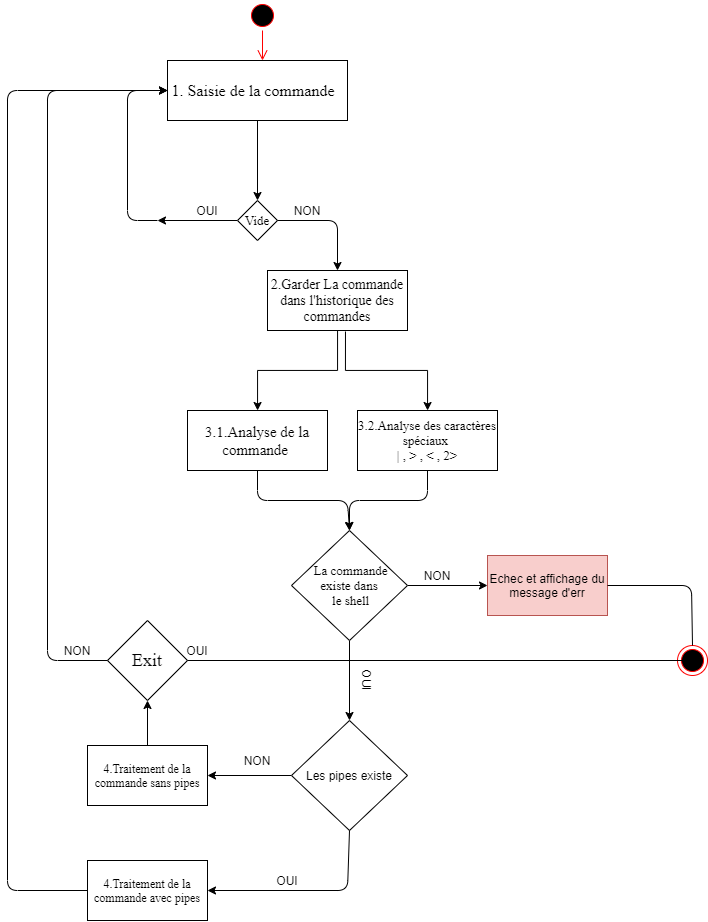
This is Images/DiagrammeProcessus.png from zinef/PRJSYCL3, a draw.io export, as it was before one commit. Source tidied: cells renumbered, new cells last; positions are measured from the earlier drawing's top-left corner, leaving out a move shared by most shapes.
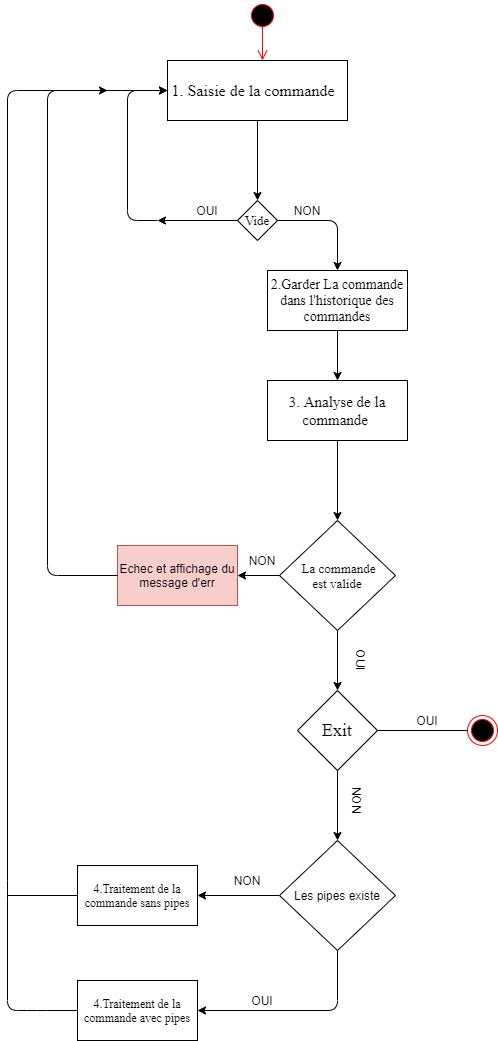
The same file after the commit.

Commit message:
Modifications des diagrammes et contenu ...

Diff of the diagram source:
```diff
@@ -50,84 +50,44 @@
     <mxCell id="12" value="&lt;font face=&quot;Times New Roman&quot; style=&quot;font-size: 14px&quot;&gt;2.Garder La commande dans l'historique des commandes&lt;/font&gt;" style="rounded=0;whiteSpace=wrap;html=1;" parent="1" vertex="1">
       <mxGeometry x="260" y="270" width="140" height="60" as="geometry" />
     </mxCell>
-    <mxCell id="13" value="&lt;font face=&quot;Times New Roman&quot; style=&quot;font-size: 15px&quot;&gt;3.1.Analyse de la commande&amp;nbsp;&lt;/font&gt;" style="rounded=0;whiteSpace=wrap;html=1;" parent="1" vertex="1">
-      <mxGeometry x="180" y="410" width="140" height="60" as="geometry" />
+    <mxCell id="13" value="&lt;font face=&quot;Times New Roman&quot; style=&quot;font-size: 15px&quot;&gt;3. Analyse de la commande&amp;nbsp;&lt;/font&gt;" style="rounded=0;whiteSpace=wrap;html=1;" parent="1" vertex="1">
+      <mxGeometry x="260" y="380" width="140" height="60" as="geometry" />
     </mxCell>
-    <mxCell id="14" style="edgeStyle=orthogonalEdgeStyle;rounded=0;jettySize=auto;html=1;exitX=0.557;exitY=1.017;exitDx=0;exitDy=0;exitPerimeter=0;" parent="1" edge="1" source="12" target="15">
-      <mxGeometry relative="1" as="geometry">
-        <Array as="points">
-          <mxPoint x="338" y="370" />
-          <mxPoint x="420" y="370" />
-        </Array>
-      </mxGeometry>
-    </mxCell>
-    <mxCell id="15" value="&lt;font face=&quot;Times New Roman&quot; style=&quot;font-size: 13px&quot;&gt;3.2.Analyse des caractères spéciaux&amp;nbsp;&lt;br&gt;| , &amp;gt; , &amp;lt; , 2&amp;gt;&lt;/font&gt;" style="rounded=0;whiteSpace=wrap;html=1;" parent="1" vertex="1">
-      <mxGeometry x="350" y="410" width="140" height="60" as="geometry" />
-    </mxCell>
-    <mxCell id="16" style="edgeStyle=orthogonalEdgeStyle;rounded=0;jettySize=auto;html=1;" parent="1" edge="1" source="18">
-      <mxGeometry relative="1" as="geometry">
-        <mxPoint x="480" y="585" as="targetPoint" />
-      </mxGeometry>
-    </mxCell>
-    <mxCell id="17" style="edgeStyle=orthogonalEdgeStyle;rounded=0;jettySize=auto;html=1;" parent="1" edge="1" source="18" target="20">
-      <mxGeometry relative="1" as="geometry" />
-    </mxCell>
-    <mxCell id="18" value="&lt;font face=&quot;Times New Roman&quot; style=&quot;font-size: 13px&quot;&gt;&amp;nbsp; La commande &lt;br&gt;existe dans&lt;br&gt;&amp;nbsp;le shell&lt;/font&gt;" style="rhombus;whiteSpace=wrap;html=1;align=center;" parent="1" vertex="1">
-      <mxGeometry x="284" y="530" width="116" height="110" as="geometry" />
+    <mxCell id="18" value="&lt;font face=&quot;Times New Roman&quot; style=&quot;font-size: 13px&quot;&gt;&amp;nbsp; La commande &lt;br&gt;est valide&lt;br&gt;&lt;/font&gt;" style="rhombus;whiteSpace=wrap;html=1;align=center;" parent="1" vertex="1">
+      <mxGeometry x="272" y="520" width="116" height="110" as="geometry" />
     </mxCell>
     <mxCell id="19" style="edgeStyle=orthogonalEdgeStyle;rounded=0;jettySize=auto;html=1;entryX=1;entryY=0.5;entryDx=0;entryDy=0;" parent="1" edge="1" source="20" target="29">
       <mxGeometry relative="1" as="geometry" />
     </mxCell>
     <mxCell id="20" value="Les pipes existe" style="rhombus;whiteSpace=wrap;html=1;align=center;" parent="1" vertex="1">
-      <mxGeometry x="284" y="720" width="116" height="110" as="geometry" />
+      <mxGeometry x="272" y="840" width="116" height="110" as="geometry" />
     </mxCell>
-    <mxCell id="21" style="endArrow=classic;html=1;entryX=0.5;entryY=0;entryDx=0;entryDy=0;exitX=0.5;exitY=1;exitDx=0;exitDy=0;" parent="1" edge="1" source="15" target="18">
-      <mxGeometry relative="1" as="geometry">
-        <Array as="points">
-          <mxPoint x="420" y="500" />
-          <mxPoint x="342" y="500" />
-        </Array>
-      </mxGeometry>
-    </mxCell>
-    <mxCell id="22" style="endArrow=classic;html=1;exitX=0.5;exitY=1;exitDx=0;exitDy=0;entryX=0.5;entryY=0;entryDx=0;entryDy=0;" parent="1" edge="1" source="13" target="18">
-      <mxGeometry relative="1" as="geometry">
-        <Array as="points">
-          <mxPoint x="250" y="500" />
-          <mxPoint x="340" y="500" />
-        </Array>
-      </mxGeometry>
-    </mxCell>
     <mxCell id="23" value="NON" style="text;html=1;strokeColor=none;fillColor=none;align=center;verticalAlign=middle;whiteSpace=wrap;rounded=0;" parent="1" vertex="1">
-      <mxGeometry x="410" y="565" width="40" height="20" as="geometry" />
+      <mxGeometry x="235" y="550" width="40" height="20" as="geometry" />
     </mxCell>
     <mxCell id="24" value="Echec et affichage du message d'err" style="rounded=0;whiteSpace=wrap;html=1;fillColor=#f8cecc;strokeColor=#b85450;" parent="1" vertex="1">
-      <mxGeometry x="480" y="555" width="120" height="60" as="geometry" />
+      <mxGeometry x="110" y="545" width="120" height="60" as="geometry" />
     </mxCell>
-    <mxCell id="25" value="OUI" style="text;html=1;strokeColor=none;fillColor=none;align=center;verticalAlign=middle;whiteSpace=wrap;rounded=0;rotation=90;" parent="1" vertex="1">
-      <mxGeometry x="340" y="670" width="40" height="20" as="geometry" />
+    <mxCell id="25" value="OUI" style="text;html=1;strokeColor=none;fillColor=none;align=center;verticalAlign=middle;whiteSpace=wrap;rounded=0;rotation=0;" parent="1" vertex="1">
+      <mxGeometry x="400" y="710" width="40" height="20" as="geometry" />
     </mxCell>
     <mxCell id="26" value="OUI" style="text;html=1;strokeColor=none;fillColor=none;align=center;verticalAlign=middle;whiteSpace=wrap;rounded=0;rotation=0;" parent="1" vertex="1">
-      <mxGeometry x="260" y="870" width="40" height="20" as="geometry" />
+      <mxGeometry x="235" y="990" width="40" height="20" as="geometry" />
     </mxCell>
-    <mxCell id="27" value="NON" style="text;html=1;strokeColor=none;fillColor=none;align=center;verticalAlign=middle;whiteSpace=wrap;rounded=0;" parent="1" vertex="1">
-      <mxGeometry x="230" y="750" width="40" height="20" as="geometry" />
+    <mxCell id="27" value="NON" style="text;html=1;strokeColor=none;fillColor=none;align=center;verticalAlign=middle;whiteSpace=wrap;rounded=0;rotation=90;" parent="1" vertex="1">
+      <mxGeometry x="330" y="790" width="40" height="20" as="geometry" />
     </mxCell>
-    <mxCell id="28" style="endArrow=classic;html=1;exitX=0.5;exitY=1;exitDx=0;exitDy=0;entryX=1;entryY=0.5;entryDx=0;entryDy=0;" parent="1" edge="1" source="20" target="30">
-      <mxGeometry relative="1" as="geometry">
-        <Array as="points">
-          <mxPoint x="340" y="890" />
-        </Array>
-      </mxGeometry>
-    </mxCell>
     <mxCell id="29" value="&lt;font face=&quot;Times New Roman&quot;&gt;4.Traitement de la commande sans pipes&lt;span style=&quot;color: rgba(0 , 0 , 0 , 0) ; font-size: 0px&quot;&gt;%3CmxGraphModel%3E%3Croot%3E%3CmxCell%20id%3D%220%22%2F%3E%3CmxCell%20id%3D%221%22%20parent%3D%220%22%2F%3E%3CmxCell%20id%3D%222%22%20value%3D%22NON%22%20style%3D%22text%3Bhtml%3D1%3BstrokeColor%3Dnone%3BfillColor%3Dnone%3Balign%3Dcenter%3BverticalAlign%3Dmiddle%3BwhiteSpace%3Dwrap%3Brounded%3D0%3B%22%20vertex%3D%221%22%20parent%3D%221%22%3E%3CmxGeometry%20x%3D%22450%22%20y%3D%22565%22%20width%3D%2240%22%20height%3D%2220%22%20as%3D%22geometry%22%2F%3E%3C%2FmxCell%3E%3C%2Froot%3E%3C%2FmxGraphModel%3E&lt;/span&gt;&lt;/font&gt;" style="rounded=0;whiteSpace=wrap;html=1;" parent="1" vertex="1">
-      <mxGeometry x="80" y="745" width="120" height="60" as="geometry" />
+      <mxGeometry x="70" y="865" width="120" height="60" as="geometry" />
     </mxCell>
     <mxCell id="30" value="&lt;font face=&quot;Times New Roman&quot;&gt;4.Traitement de la commande avec pipes&lt;span style=&quot;color: rgba(0 , 0 , 0 , 0) ; font-size: 0px&quot;&gt;%3CmxGraphModel%3E%3Croot%3E%3CmxCell%20id%3D%220%22%2F%3E%3CmxCell%20id%3D%221%22%20parent%3D%220%22%2F%3E%3CmxCell%20id%3D%222%22%20value%3D%22NON%22%20style%3D%22text%3Bhtml%3D1%3BstrokeColor%3Dnone%3BfillColor%3Dnone%3Balign%3Dcenter%3BverticalAlign%3Dmiddle%3BwhiteSpace%3Dwrap%3Brounded%3D0%3B%22%20vertex%3D%221%22%20parent%3D%221%22%3E%3CmxGeometry%20x%3D%22450%22%20y%3D%22565%22%20width%3D%2240%22%20height%3D%2220%22%20as%3D%22geometry%22%2F%3E%3C%2FmxCell%3E%3C%2Froot%3E%3C%2FmxGraphModel%3E&lt;/span&gt;&lt;/font&gt;" style="rounded=0;whiteSpace=wrap;html=1;" parent="1" vertex="1">
-      <mxGeometry x="80" y="860" width="120" height="60" as="geometry" />
+      <mxGeometry x="70" y="980" width="120" height="60" as="geometry" />
     </mxCell>
     <mxCell id="31" style="endArrow=classic;html=1;exitX=0;exitY=0.5;exitDx=0;exitDy=0;entryX=0;entryY=0.5;entryDx=0;entryDy=0;" parent="1" edge="1" source="30" target="3">
       <mxGeometry relative="1" as="geometry">
         <Array as="points">
+          <mxPoint x="30" y="1010" />
+          <mxPoint y="1010" />
           <mxPoint y="890" />
           <mxPoint y="90" />
         </Array>
@@ -136,44 +96,60 @@
     <mxCell id="32" style="ellipse;html=1;shape=startState;fillColor=#000000;strokeColor=#ff0000;" parent="1" vertex="1">
       <mxGeometry x="240" width="30" height="30" as="geometry" />
     </mxCell>
-    <mxCell id="33" style="edgeStyle=orthogonalEdgeStyle;html=1;verticalAlign=bottom;endArrow=open;endSize=8;strokeColor=#ff0000;" parent="1" edge="1" source="32">
+    <mxCell id="33" style="edgeStyle=orthogonalEdgeStyle;html=1;verticalAlign=bottom;endArrow=open;endSize=8;strokeColor=#ff0000;exitX=0.5;exitY=0.847;exitDx=0;exitDy=0;exitPerimeter=0;" parent="1" edge="1" source="32">
       <mxGeometry relative="1" as="geometry">
         <mxPoint x="255" y="60" as="targetPoint" />
       </mxGeometry>
     </mxCell>
     <mxCell id="34" value="&lt;font face=&quot;Times New Roman&quot; style=&quot;font-size: 18px&quot;&gt;Exit&lt;/font&gt;" style="rhombus;whiteSpace=wrap;html=1;" parent="1" vertex="1">
-      <mxGeometry x="100" y="620" width="80" height="80" as="geometry" />
+      <mxGeometry x="290" y="690" width="80" height="80" as="geometry" />
     </mxCell>
-    <mxCell id="35" style="endArrow=classic;html=1;exitX=0.5;exitY=0;exitDx=0;exitDy=0;entryX=0.5;entryY=1;entryDx=0;entryDy=0;" parent="1" edge="1" source="29" target="34">
-      <mxGeometry relative="1" as="geometry" />
-    </mxCell>
-    <mxCell id="36" style="endArrow=classic;html=1;exitX=0;exitY=0.5;exitDx=0;exitDy=0;" parent="1" edge="1" source="34">
-      <mxGeometry relative="1" as="geometry">
-        <mxPoint x="160" y="90" as="targetPoint" />
-        <Array as="points">
-          <mxPoint x="40" y="660" />
-          <mxPoint x="40" y="90" />
-        </Array>
-      </mxGeometry>
-    </mxCell>
     <mxCell id="37" value="NON" style="text;html=1;strokeColor=none;fillColor=none;align=center;verticalAlign=middle;whiteSpace=wrap;rounded=0;" parent="1" vertex="1">
-      <mxGeometry x="50" y="640" width="40" height="20" as="geometry" />
+      <mxGeometry x="220" y="870" width="40" height="20" as="geometry" />
     </mxCell>
     <mxCell id="38" style="ellipse;html=1;shape=endState;fillColor=#000000;strokeColor=#ff0000;" parent="1" vertex="1">
-      <mxGeometry x="670" y="645" width="30" height="30" as="geometry" />
+      <mxGeometry x="460" y="715" width="30" height="30" as="geometry" />
     </mxCell>
+    <mxCell id="40" value="OUI" style="text;html=1;strokeColor=none;fillColor=none;align=center;verticalAlign=middle;whiteSpace=wrap;rounded=0;rotation=90;" parent="1" vertex="1">
+      <mxGeometry x="334" y="650" width="40" height="20" as="geometry" />
+    </mxCell>
-    <mxCell id="39" style="endArrow=none;html=1;exitX=1;exitY=0.5;exitDx=0;exitDy=0;entryX=0.167;entryY=0.5;entryDx=0;entryDy=0;entryPerimeter=0;" parent="1" edge="1" source="34" target="38">
+    <mxCell id="39" style="endArrow=none;html=1;entryX=0;entryY=0.5;entryDx=0;entryDy=0;exitX=1;exitY=0.5;exitDx=0;exitDy=0;" parent="1" edge="1" source="34" target="38">
       <mxGeometry relative="1" as="geometry" />
     </mxCell>
-    <mxCell id="40" value="OUI" style="text;html=1;strokeColor=none;fillColor=none;align=center;verticalAlign=middle;whiteSpace=wrap;rounded=0;rotation=0;" parent="1" vertex="1">
-      <mxGeometry x="170" y="640" width="40" height="20" as="geometry" />
-    </mxCell>
-    <mxCell id="41" style="endArrow=none;html=1;exitX=1;exitY=0.5;exitDx=0;exitDy=0;" parent="1" edge="1" source="24" target="38">
-      <mxGeometry relative="1" as="geometry">
-        <Array as="points">
-          <mxPoint x="684" y="585" />
-        </Array>
-      </mxGeometry>
-    </mxCell>
+    <mxCell id="22" style="endArrow=classic;html=1;exitX=0.5;exitY=1;exitDx=0;exitDy=0;" parent="1" edge="1" source="13" target="18">
+      <mxGeometry relative="1" as="geometry" />
+    </mxCell>
+    <mxCell id="42" style="endArrow=classic;html=1;exitX=0;exitY=0.5;exitDx=0;exitDy=0;" parent="1" edge="1" source="18">
+      <mxGeometry relative="1" as="geometry">
+        <mxPoint x="230" y="575" as="targetPoint" />
+      </mxGeometry>
+    </mxCell>
+    <mxCell id="43" style="endArrow=classic;html=1;exitX=0;exitY=0.5;exitDx=0;exitDy=0;" parent="1" edge="1" source="24">
+      <mxGeometry relative="1" as="geometry">
+        <mxPoint x="100" y="90" as="targetPoint" />
+        <Array as="points">
+          <mxPoint x="40" y="575" />
+          <mxPoint x="40" y="90" />
+        </Array>
+      </mxGeometry>
+    </mxCell>
+    <mxCell id="44" style="endArrow=classic;html=1;exitX=0.5;exitY=1;exitDx=0;exitDy=0;" parent="1" edge="1" source="18" target="34">
+      <mxGeometry relative="1" as="geometry" />
+    </mxCell>
+    <mxCell id="45" style="endArrow=none;html=1;exitX=0;exitY=0.5;exitDx=0;exitDy=0;" parent="1" edge="1" source="29">
+      <mxGeometry relative="1" as="geometry">
+        <mxPoint y="895" as="targetPoint" />
+      </mxGeometry>
+    </mxCell>
+    <mxCell id="46" style="endArrow=classic;html=1;exitX=0.5;exitY=1;exitDx=0;exitDy=0;entryX=0.5;entryY=0;entryDx=0;entryDy=0;" parent="1" edge="1" source="34" target="20">
+      <mxGeometry relative="1" as="geometry" />
+    </mxCell>
+    <mxCell id="28" style="endArrow=classic;html=1;exitX=0.5;exitY=1;exitDx=0;exitDy=0;entryX=1;entryY=0.5;entryDx=0;entryDy=0;" parent="1" edge="1" source="20" target="30">
+      <mxGeometry relative="1" as="geometry">
+        <Array as="points">
+          <mxPoint x="330" y="1010" />
+        </Array>
+      </mxGeometry>
+    </mxCell>
   </root>
 </mxGraphModel>
```
